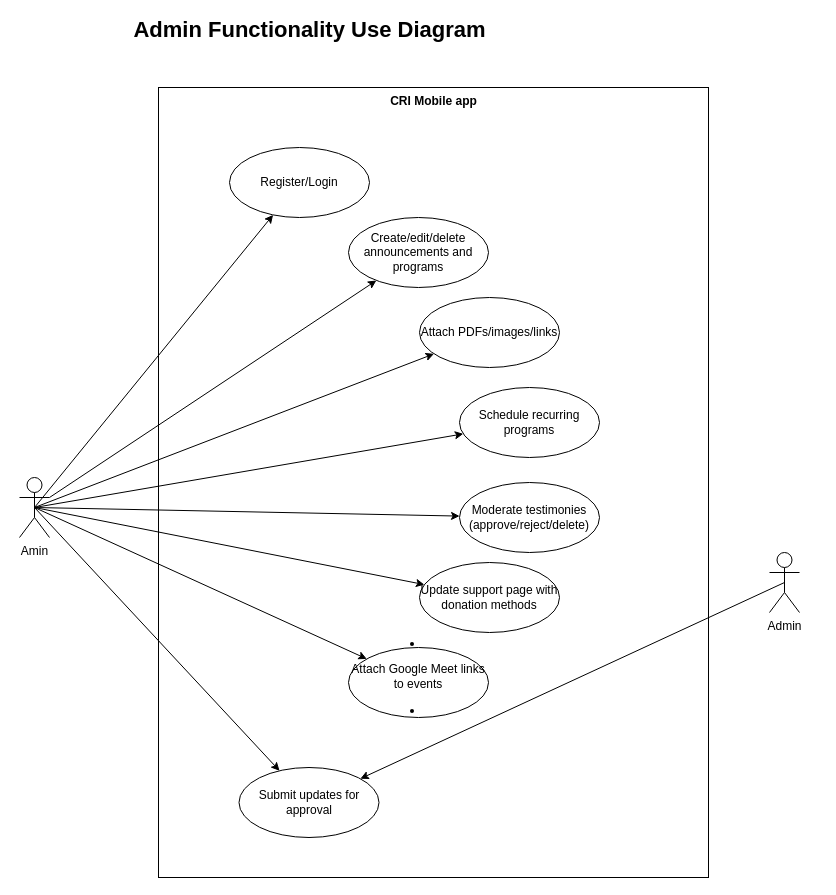
Centre-de-Restauration-et-d-Impact/CRI-Designs keeps this draw.io diagram as page "Page-2" (2 of 3) of Drawio/User Interactions Use Case Diagram.drawio. Above is the earlier version. Source tidied: cells renumbered, new cells numbered last; positions are measured from the earlier drawing's top-left corner, leaving out a move shared by most shapes. Both pictures are drawn from the tidied source at 100%, with x=0, y=0 at pixel (19, 17).
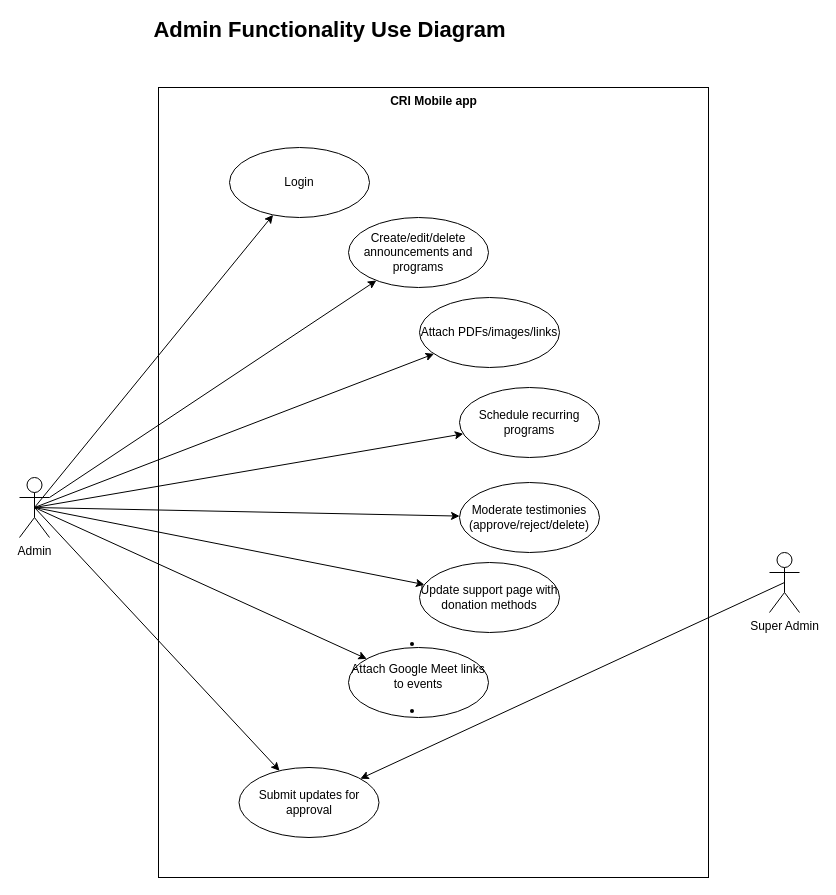
Above is the later version.

Commit message:
Add Super Admin Responsibility Use Diagram

Change to the diagram source:
```diff
@@
-    <mxCell id="11" value="Amin" style="shape=umlActor;verticalLabelPosition=bottom;verticalAlign=top;html=1;" parent="1" vertex="1">
+    <mxCell id="11" value="Admin" style="shape=umlActor;verticalLabelPosition=bottom;verticalAlign=top;html=1;" parent="1" vertex="1">
       <mxGeometry y="460" width="30" height="60" as="geometry" />
     </mxCell>
@@
-    <mxCell id="19" value="Register/Login" style="ellipse;whiteSpace=wrap;html=1;" parent="1" vertex="1">
+    <mxCell id="19" value="Login" style="ellipse;whiteSpace=wrap;html=1;" parent="1" vertex="1">
       <mxGeometry x="210" y="130" width="140" height="70" as="geometry" />
     </mxCell>
@@
-    <mxCell id="21" value="Admin" style="shape=umlActor;verticalLabelPosition=bottom;verticalAlign=top;html=1;" parent="1" vertex="1">
+    <mxCell id="21" value="Super Admin" style="shape=umlActor;verticalLabelPosition=bottom;verticalAlign=top;html=1;" parent="1" vertex="1">
       <mxGeometry x="750" y="535" width="30" height="60" as="geometry" />
     </mxCell>
     <mxCell id="22" value="&lt;font style=&quot;font-size: 22px;&quot;&gt;Admin Functionality Use Diagram&lt;/font&gt;" style="text;align=center;fontStyle=1;verticalAlign=middle;spacingLeft=3;spacingRight=3;strokeColor=none;html=1;" parent="1" vertex="1">
-      <mxGeometry x="110" width="359" height="26" as="geometry" />
+      <mxGeometry x="130" width="359" height="26" as="geometry" />
     </mxCell>
```
